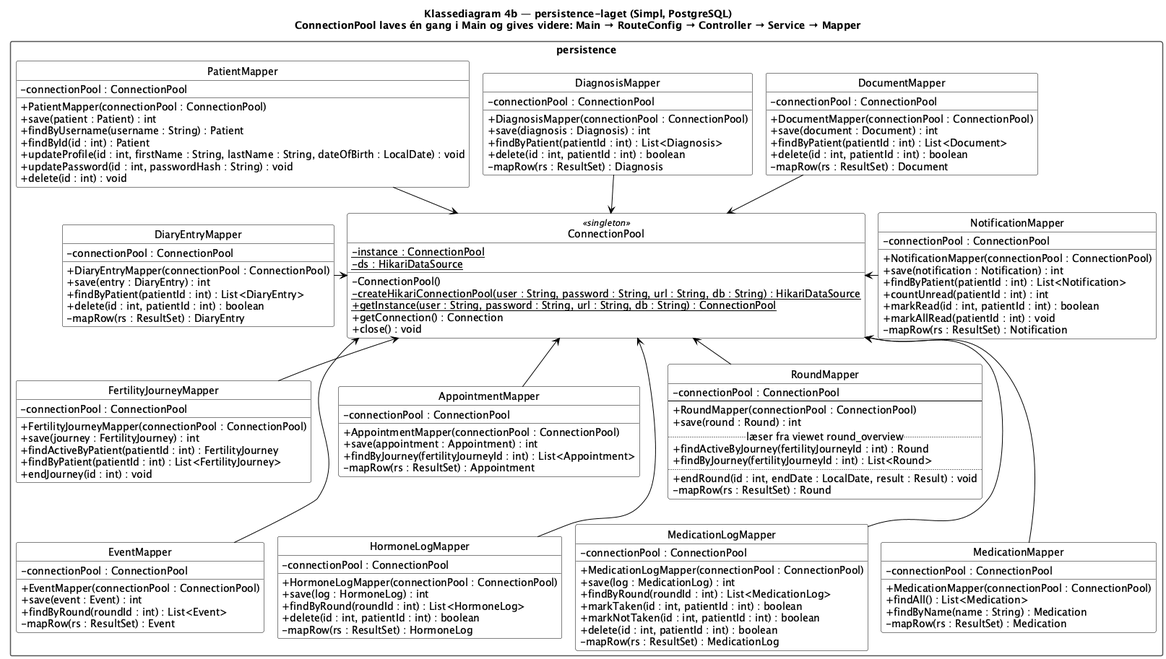
BesimaP/Simpl-PET-project keeps this PlantUML diagram as doc/static/Klassediagram4b.png. Above is the earlier version.
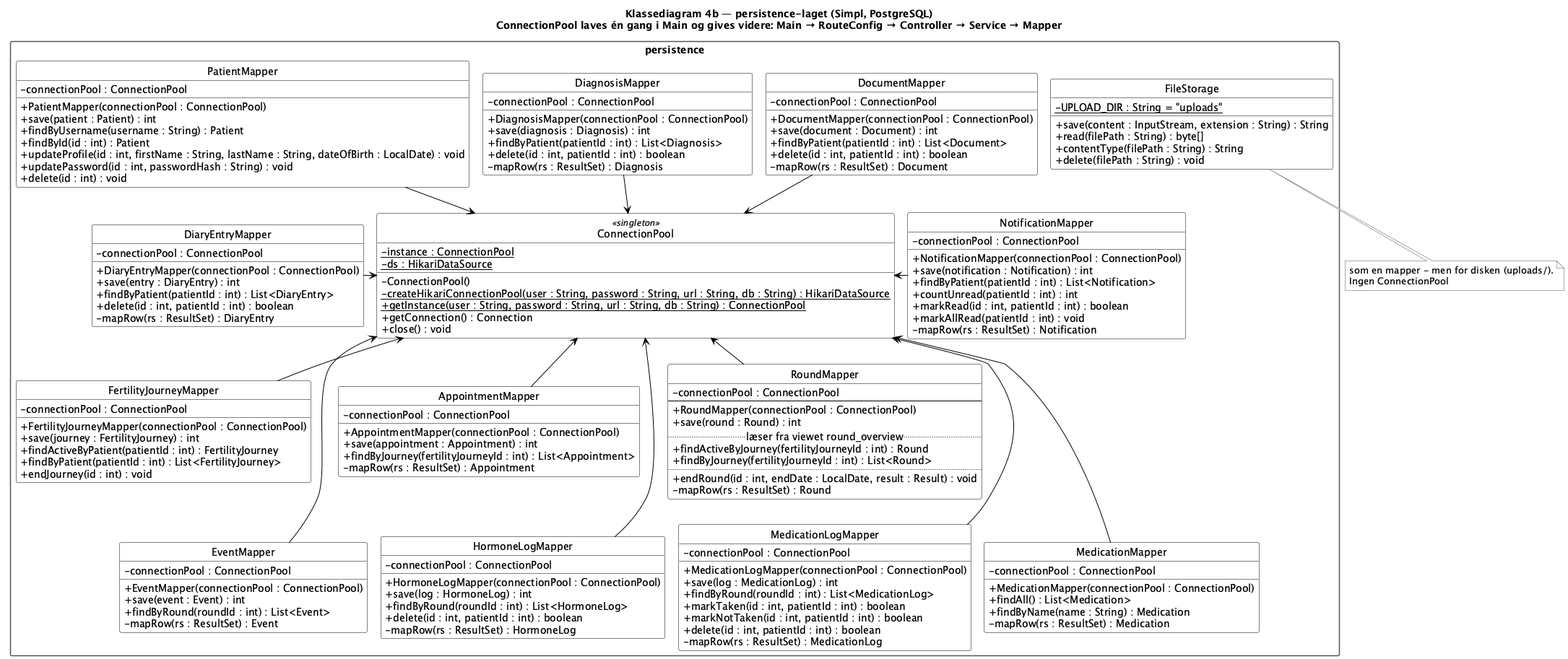
After the change.

Diff of the diagram source:
```diff
@@ -57,6 +57,14 @@
     + findByPatient(patientId : int) : List<Document>
     + delete(id : int, patientId : int) : boolean
     - mapRow(rs : ResultSet) : Document
+  }
+
+  class FileStorage {
+    - {static} UPLOAD_DIR : String = "uploads"
+    + save(content : InputStream, extension : String) : String
+    + read(filePath : String) : byte[]
+    + contentType(filePath : String) : String
+    + delete(filePath : String) : void
   }
 
   class DiaryEntryMapper {
@@ -152,6 +160,8 @@
 DocumentMapper -down-> ConnectionPool
 PatientMapper -[hidden]right- DiagnosisMapper
 DiagnosisMapper -[hidden]right- DocumentMapper
+DocumentMapper -[hidden]right- FileStorage
+note bottom of FileStorage : som en mapper - men for disken (uploads/).\nIngen ConnectionPool
 
 DiaryEntryMapper -right-> ConnectionPool
 NotificationMapper -left-> ConnectionPool
```
